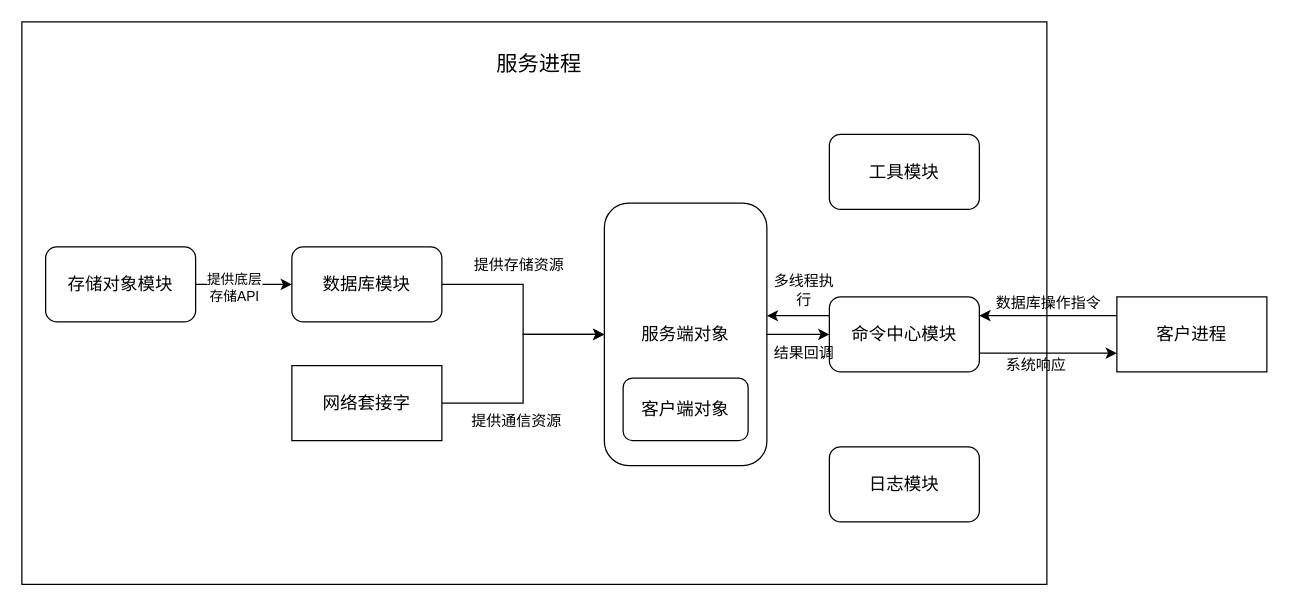
Xuuuuuuuuuuuu/pic-repo keeps this draw.io diagram as diagram-net/毕业设计架构图.drawio. Above is the earlier version. Source tidied: cells renumbered, new cells numbered last; positions are measured from the earlier drawing's top-left corner, leaving out a move shared by most shapes. Both pictures are drawn from the tidied source at 125%, with x=0, y=0 at pixel (21, 21).
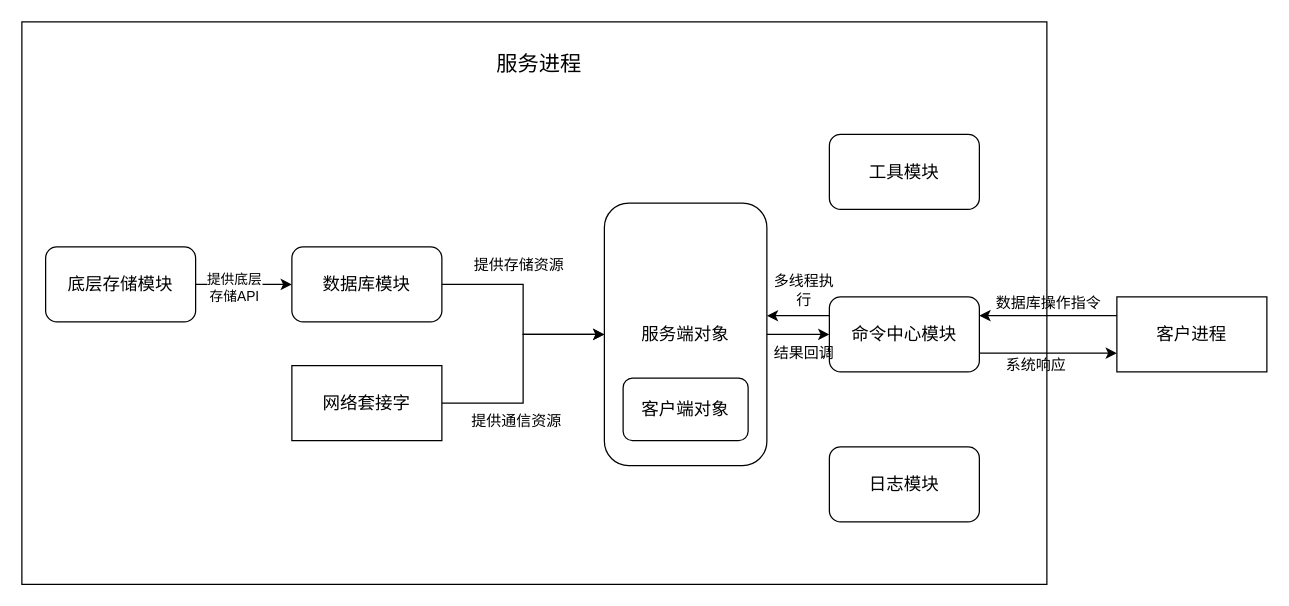
The same diagram, later.

Commit message:
更新毕业设计架构图.drawio

Diff of the diagram source:
```diff
@@
-    <mxCell id="5" value="存储对象模块" style="rounded=1;whiteSpace=wrap;html=1;fontSize=14;" parent="1" vertex="1">
+    <mxCell id="5" value="底层存储模块" style="rounded=1;whiteSpace=wrap;html=1;fontSize=14;" parent="1" vertex="1">
       <mxGeometry x="19" y="180" width="120" height="60" as="geometry" />
     </mxCell>
```
